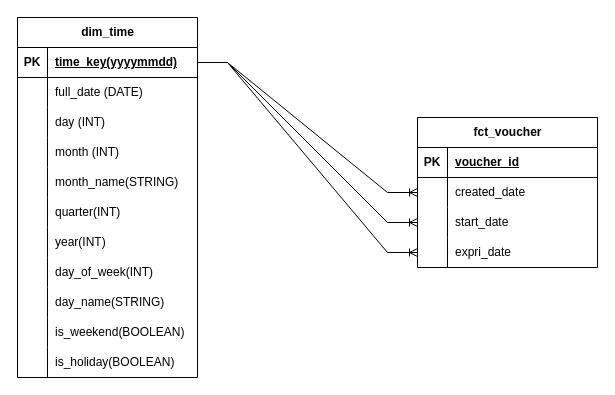
Before: page "Page-1" (1 of 2) of Untitled Diagram.drawio in sonnn1505/Studying, a draw.io diagram. Source tidied: cells renumbered, new cells numbered last; positions are measured from the earlier drawing's top-left corner, leaving out a move shared by most shapes. Both pictures are drawn from the tidied source at 100%, with x=0, y=0 at pixel (17, 17).
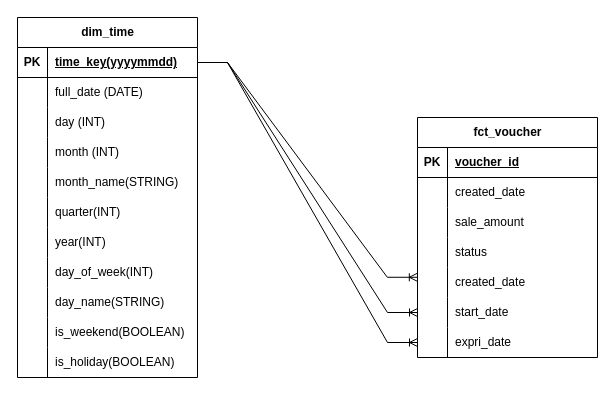
The same diagram, later.

Unchanged cells that the change refers to:
```xml
<mxCell id="3" style="shape=tableRow;horizontal=0;startSize=0;swimlaneHead=0;swimlaneBody=0;fillColor=none;points=[[0,0.5],[1,0.5]];portConstraint=eastwest;top=0;left=0;right=0;bottom=1;" parent="2" vertex="1">
  <mxGeometry y="30" width="180" height="30" as="geometry" />
</mxCell>
<mxCell id="40" style="shape=tableRow;horizontal=0;startSize=0;swimlaneHead=0;swimlaneBody=0;fillColor=none;points=[[0,0.5],[1,0.5]];portConstraint=eastwest;top=0;left=0;right=0;bottom=0;" parent="36" vertex="1">
  <mxGeometry y="60" width="180" height="30" as="geometry" />
</mxCell>
<mxCell id="43" style="shape=tableRow;horizontal=0;startSize=0;swimlaneHead=0;swimlaneBody=0;fillColor=none;points=[[0,0.5],[1,0.5]];portConstraint=eastwest;top=0;left=0;right=0;bottom=0;" parent="36" vertex="1">
  <mxGeometry y="90" width="180" height="30" as="geometry" />
</mxCell>
<mxCell id="46" style="shape=tableRow;horizontal=0;startSize=0;swimlaneHead=0;swimlaneBody=0;fillColor=none;points=[[0,0.5],[1,0.5]];portConstraint=eastwest;top=0;left=0;right=0;bottom=0;" parent="36" vertex="1">
  <mxGeometry y="120" width="180" height="30" as="geometry" />
</mxCell>
```

What changed in the source:
```diff
@@
     <mxCell id="36" value="fct_voucher" style="shape=table;startSize=30;childLayout=tableLayout;rowLines=0;fontStyle=1;align=center;html=1;" parent="1" vertex="1">
-      <mxGeometry x="400" y="100" width="180" height="150" as="geometry" />
+      <mxGeometry x="400" y="100" width="180" height="240" as="geometry" />
     </mxCell>
@@
-    <mxCell id="45" value="start_date" style="shape=partialRectangle;fillColor=none;top=0;left=0;bottom=0;right=0;align=left;spacingLeft=6;overflow=hidden;whiteSpace=wrap;html=1;" parent="43" vertex="1">
+    <mxCell id="45" value="sale_amount" style="shape=partialRectangle;fillColor=none;top=0;left=0;bottom=0;right=0;align=left;spacingLeft=6;overflow=hidden;whiteSpace=wrap;html=1;" parent="43" vertex="1">
       <mxGeometry x="30" width="150" height="30" as="geometry" />
     </mxCell>
@@
-    <mxCell id="48" value="expri_date" style="shape=partialRectangle;fillColor=none;top=0;left=0;bottom=0;right=0;align=left;spacingLeft=6;overflow=hidden;whiteSpace=wrap;html=1;" parent="46" vertex="1">
+    <mxCell id="48" value="status" style="shape=partialRectangle;fillColor=none;top=0;left=0;bottom=0;right=0;align=left;spacingLeft=6;overflow=hidden;whiteSpace=wrap;html=1;" parent="46" vertex="1">
       <mxGeometry x="30" width="150" height="30" as="geometry" />
     </mxCell>
+    <mxCell id="52" style="shape=tableRow;horizontal=0;startSize=0;swimlaneHead=0;swimlaneBody=0;fillColor=none;points=[[0,0.5],[1,0.5]];portConstraint=eastwest;top=0;left=0;right=0;bottom=0;" parent="36" vertex="1">
+      <mxGeometry y="150" width="180" height="30" as="geometry" />
+    </mxCell>
+    <mxCell id="53" style="shape=partialRectangle;fillColor=none;top=0;left=0;bottom=0;right=0;overflow=hidden;whiteSpace=wrap;html=1;" parent="52" vertex="1">
+      <mxGeometry width="30" height="30" as="geometry" />
+    </mxCell>
+    <mxCell id="54" value="created_date" style="shape=partialRectangle;fillColor=none;top=0;left=0;bottom=0;right=0;align=left;spacingLeft=6;overflow=hidden;whiteSpace=wrap;html=1;" parent="52" vertex="1">
+      <mxGeometry x="30" width="150" height="30" as="geometry" />
+    </mxCell>
+    <mxCell id="55" style="shape=tableRow;horizontal=0;startSize=0;swimlaneHead=0;swimlaneBody=0;fillColor=none;points=[[0,0.5],[1,0.5]];portConstraint=eastwest;top=0;left=0;right=0;bottom=0;" parent="36" vertex="1">
+      <mxGeometry y="180" width="180" height="30" as="geometry" />
+    </mxCell>
+    <mxCell id="56" style="shape=partialRectangle;fillColor=none;top=0;left=0;bottom=0;right=0;overflow=hidden;whiteSpace=wrap;html=1;" parent="55" vertex="1">
+      <mxGeometry width="30" height="30" as="geometry" />
+    </mxCell>
+    <mxCell id="57" value="start_date" style="shape=partialRectangle;fillColor=none;top=0;left=0;bottom=0;right=0;align=left;spacingLeft=6;overflow=hidden;whiteSpace=wrap;html=1;" parent="55" vertex="1">
+      <mxGeometry x="30" width="150" height="30" as="geometry" />
+    </mxCell>
+    <mxCell id="58" style="shape=tableRow;horizontal=0;startSize=0;swimlaneHead=0;swimlaneBody=0;fillColor=none;points=[[0,0.5],[1,0.5]];portConstraint=eastwest;top=0;left=0;right=0;bottom=0;" parent="36" vertex="1">
+      <mxGeometry y="210" width="180" height="30" as="geometry" />
+    </mxCell>
+    <mxCell id="59" style="shape=partialRectangle;fillColor=none;top=0;left=0;bottom=0;right=0;overflow=hidden;whiteSpace=wrap;html=1;" parent="58" vertex="1">
+      <mxGeometry width="30" height="30" as="geometry" />
+    </mxCell>
+    <mxCell id="60" value="expri_date" style="shape=partialRectangle;fillColor=none;top=0;left=0;bottom=0;right=0;align=left;spacingLeft=6;overflow=hidden;whiteSpace=wrap;html=1;" parent="58" vertex="1">
+      <mxGeometry x="30" width="150" height="30" as="geometry" />
+    </mxCell>
-    <mxCell id="49" style="edgeStyle=entityRelationEdgeStyle;fontSize=12;html=1;endArrow=ERoneToMany;rounded=0;" parent="1" edge="1" source="3" target="40">
+    <mxCell id="49" style="edgeStyle=entityRelationEdgeStyle;fontSize=12;html=1;endArrow=ERoneToMany;rounded=0;entryX=-0.001;entryY=0.326;entryDx=0;entryDy=0;entryPerimeter=0;" parent="1" edge="1" source="3" target="52">
       <mxGeometry relative="1" as="geometry" />
     </mxCell>
-    <mxCell id="50" style="edgeStyle=entityRelationEdgeStyle;fontSize=12;html=1;endArrow=ERoneToMany;rounded=0;exitX=1;exitY=0.5;exitDx=0;exitDy=0;" parent="1" edge="1" source="3" target="43">
+    <mxCell id="50" style="edgeStyle=entityRelationEdgeStyle;fontSize=12;html=1;endArrow=ERoneToMany;rounded=0;exitX=1;exitY=0.5;exitDx=0;exitDy=0;" parent="1" edge="1" source="3" target="55">
       <mxGeometry relative="1" as="geometry" />
     </mxCell>
-    <mxCell id="51" style="edgeStyle=entityRelationEdgeStyle;fontSize=12;html=1;endArrow=ERoneToMany;rounded=0;" parent="1" edge="1" source="3" target="46">
+    <mxCell id="51" style="edgeStyle=entityRelationEdgeStyle;fontSize=12;html=1;endArrow=ERoneToMany;rounded=0;" parent="1" edge="1" source="3" target="58">
       <mxGeometry relative="1" as="geometry" />
     </mxCell>
```
